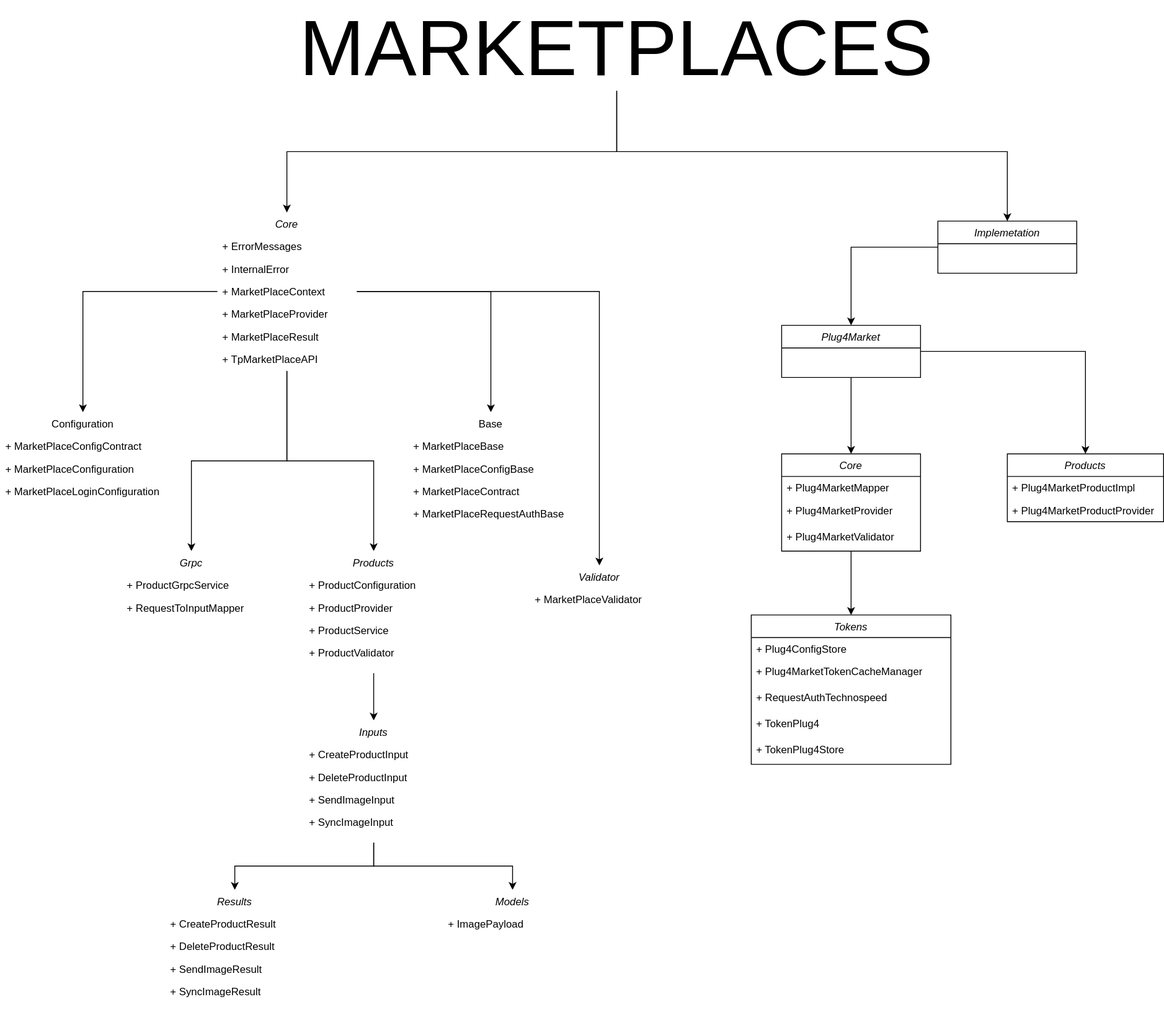
This is Plug4Market/Separacao de Pacotes.drawio.svg from C4nlhmmll/Diagramas, a draw.io export, as it was before one commit. Source tidied: cells renumbered, new cells last; positions are measured from the earlier drawing's top-left corner, leaving out a move shared by most shapes.
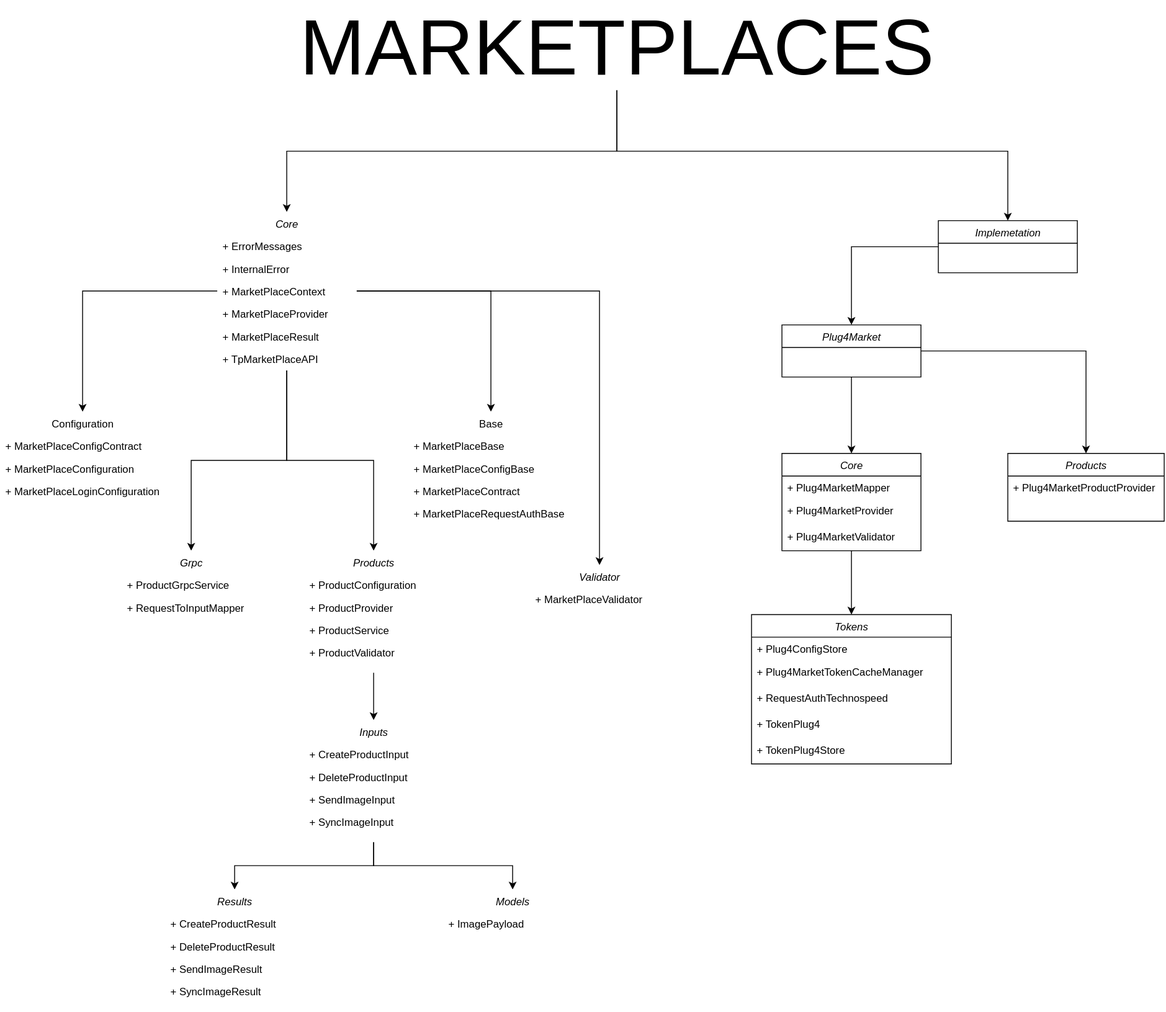
Above is the later version.

Commit message:
Retirado Plug4MarketProductsImpl

Diff of the diagram source:
```diff
@@ -191,11 +191,8 @@
     <mxCell id="64" value="Products" style="swimlane;fontStyle=2;align=center;verticalAlign=top;horizontal=1;startSize=26;rounded=0;shadow=0;strokeWidth=1;strokeColor=light-dark(#000000,#FFFF33);" parent="1" vertex="1">
       <mxGeometry x="1160" y="518" width="180" height="78" as="geometry" />
     </mxCell>
-    <mxCell id="65" value="+ Plug4MarketProductImpl" style="text;align=left;verticalAlign=top;spacingLeft=4;spacingRight=4;overflow=hidden;" parent="64" vertex="1">
-      <mxGeometry y="26" width="180" height="26" as="geometry" />
-    </mxCell>
     <mxCell id="66" value="+ Plug4MarketProductProvider" style="text;align=left;verticalAlign=top;spacingLeft=4;spacingRight=4;overflow=hidden;" parent="64" vertex="1">
-      <mxGeometry y="52" width="180" height="26" as="geometry" />
+      <mxGeometry y="26" width="180" height="26" as="geometry" />
     </mxCell>
     <mxCell id="67" style="edgeStyle=orthogonalEdgeStyle;rounded=0;jettySize=auto;html=1;entryX=0.5;entryY=0;entryDx=0;entryDy=0;" parent="1" edge="1" source="69" target="6">
       <mxGeometry relative="1" as="geometry" />
```
